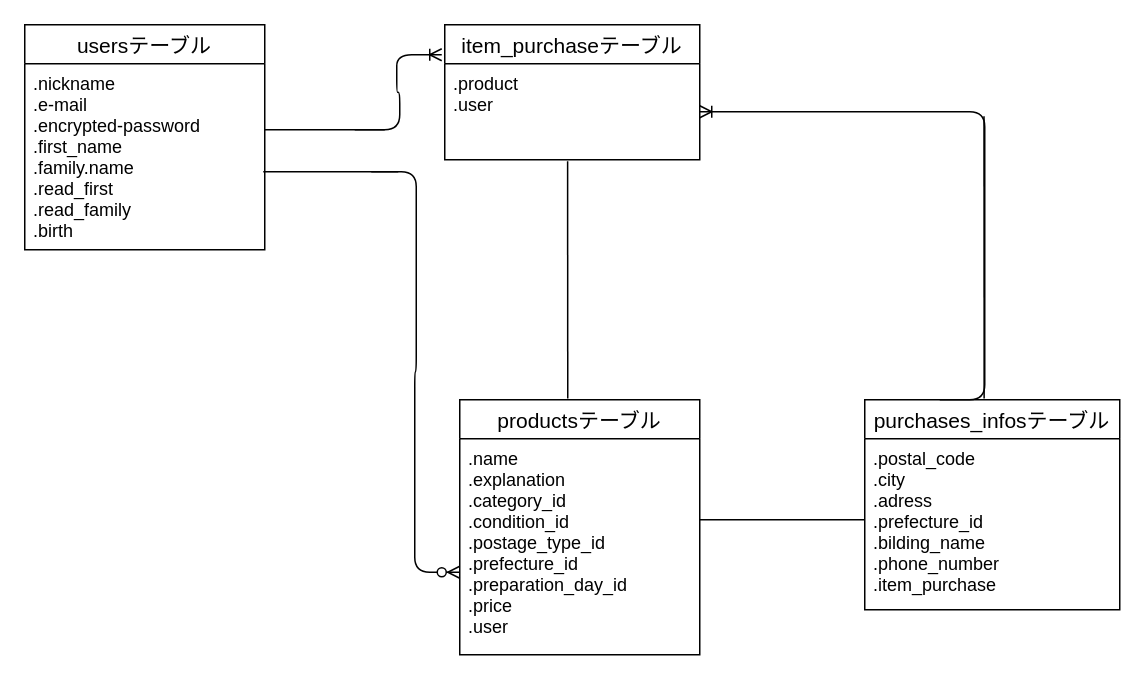
Above: furima.dio in happyshop6/furima-38846 (draw.io), before the change. Source tidied: cells renumbered, new cells numbered last; positions are measured from the earlier drawing's top-left corner, leaving out a move shared by most shapes. Both pictures are drawn from the tidied source at 150%, with x=0, y=0 at pixel (24, 24).
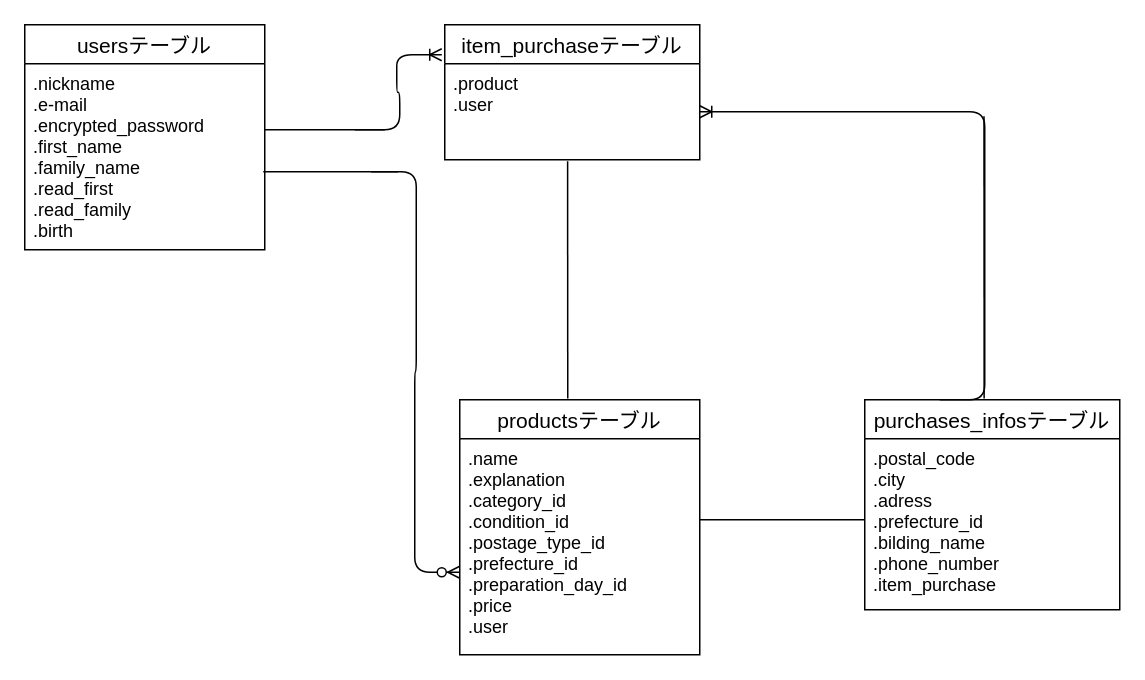
The same page after the edit.

Unchanged cells that the change refers to:
```xml
<mxCell id="2" value="usersテーブル" style="swimlane;fontStyle=0;horizontal=1;startSize=26;align=center;fontSize=14;" parent="1" vertex="1">
  <mxGeometry width="160" height="150" as="geometry" />
</mxCell>
```

Diff of the diagram source:
```diff
@@
-    <mxCell id="3" value=".nickname&#10;.e-mail&#10;.encrypted-password&#10;.first_name&#10;.family.name&#10;.read_first&#10;.read_family&#10;.birth" style="text;strokeColor=none;fillColor=none;spacingLeft=4;spacingRight=4;overflow=hidden;fontSize=12;" parent="2" vertex="1">
+    <mxCell id="3" value=".nickname&#10;.e-mail&#10;.encrypted_password&#10;.first_name&#10;.family_name&#10;.read_first&#10;.read_family&#10;.birth" style="text;strokeColor=none;fillColor=none;spacingLeft=4;spacingRight=4;overflow=hidden;fontSize=12;" parent="2" vertex="1">
       <mxGeometry y="26" width="160" height="124" as="geometry" />
     </mxCell>
```
